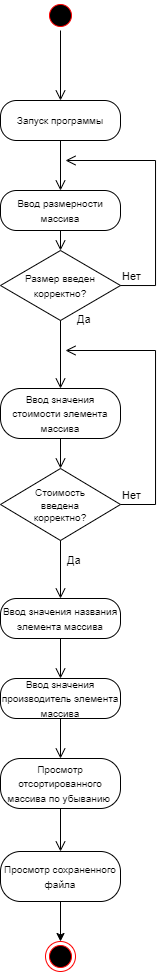
Above: doc/Диаграмма активности.png in RenFoxHana/Exam (draw.io), before the change. Source tidied: cells renumbered, new cells last; positions are measured from the earlier drawing's top-left corner, leaving out a move shared by most shapes.
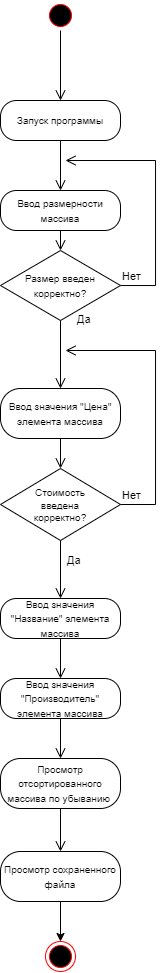
Above is the later version.

Commit message:
Откорректированная диаграмма активностей

The edit, as a diff of the source:
```diff
@@ -32,7 +32,7 @@
         </Array>
       </mxGeometry>
     </mxCell>
-    <mxCell id="10" value="&lt;font style=&quot;font-size: 10px;&quot;&gt;Ввод значения стоимости элемента массива&lt;/font&gt;" style="rounded=1;whiteSpace=wrap;html=1;arcSize=40;" parent="1" vertex="1">
+    <mxCell id="10" value="&lt;font style=&quot;font-size: 10px;&quot;&gt;Ввод значения &quot;Цена&quot; элемента массива&lt;/font&gt;" style="rounded=1;whiteSpace=wrap;html=1;arcSize=40;" parent="1" vertex="1">
       <mxGeometry y="388" width="120" height="50" as="geometry" />
     </mxCell>
     <mxCell id="11" style="html=1;verticalAlign=bottom;endArrow=open;endSize=8;rounded=0;edgeStyle=orthogonalEdgeStyle;" parent="1" edge="1" source="10" target="13">
@@ -56,13 +56,13 @@
     <mxCell id="15" value="Да" style="edgeStyle=orthogonalEdgeStyle;html=1;align=left;verticalAlign=bottom;endArrow=open;endSize=8;rounded=0;" parent="1" edge="1" source="13" target="16">
       <mxGeometry y="5" relative="1" as="geometry" />
     </mxCell>
-    <mxCell id="16" value="&lt;font style=&quot;font-size: 10px;&quot;&gt;Ввод значения названия элемента массива&lt;/font&gt;" style="rounded=1;whiteSpace=wrap;html=1;arcSize=40;" parent="1" vertex="1">
+    <mxCell id="16" value="&lt;font style=&quot;font-size: 10px;&quot;&gt;Ввод значения &quot;Название&quot; элемента массива&lt;/font&gt;" style="rounded=1;whiteSpace=wrap;html=1;arcSize=40;" parent="1" vertex="1">
       <mxGeometry y="598" width="120" height="40" as="geometry" />
     </mxCell>
     <mxCell id="17" style="edgeStyle=orthogonalEdgeStyle;html=1;verticalAlign=bottom;endArrow=open;endSize=8;rounded=0;" parent="1" edge="1" source="16" target="18">
       <mxGeometry relative="1" as="geometry" />
     </mxCell>
-    <mxCell id="18" value="&lt;font style=&quot;font-size: 10px;&quot;&gt;Ввод значения производитель элемента массива&lt;/font&gt;" style="rounded=1;whiteSpace=wrap;html=1;arcSize=40;" parent="1" vertex="1">
+    <mxCell id="18" value="&lt;font style=&quot;font-size: 10px;&quot;&gt;Ввод значения &quot;Производитель&quot; элемента массива&lt;/font&gt;" style="rounded=1;whiteSpace=wrap;html=1;arcSize=40;" parent="1" vertex="1">
       <mxGeometry y="678" width="120" height="40" as="geometry" />
     </mxCell>
     <mxCell id="19" style="edgeStyle=orthogonalEdgeStyle;html=1;verticalAlign=bottom;endArrow=open;endSize=8;rounded=0;" parent="1" edge="1" source="18" target="20">
```
